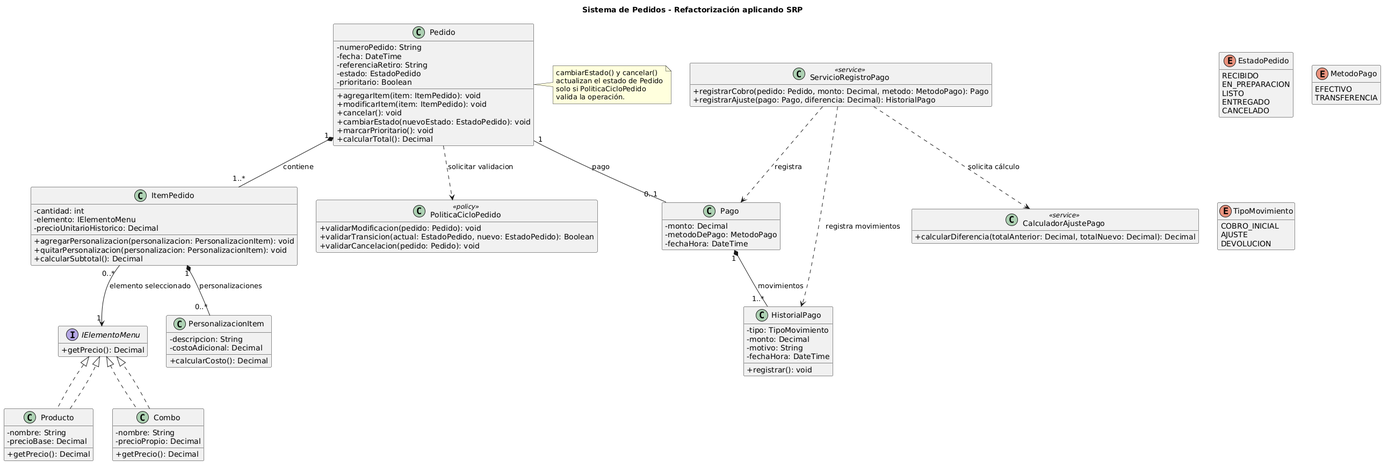
Before: diagramas/01-diagrama-clases/01-solid-01-srp.png, a diagram exported from PlantUML (eloeyhe/SistemaPedidos).
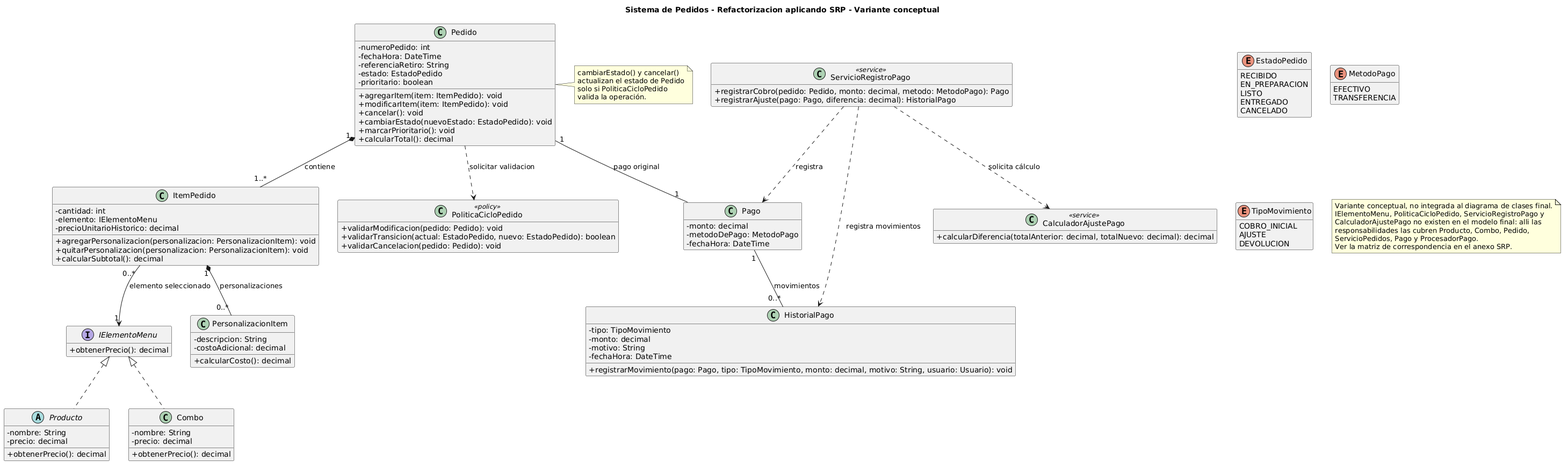
Later version of the same file.

Change to the diagram source:
```diff
@@ -1,81 +1,81 @@
 @startuml
-title Sistema de Pedidos - Refactorización aplicando SRP
+title Sistema de Pedidos - Refactorizacion aplicando SRP - Variante conceptual
 
 skinparam classAttributeIconSize 0
 hide empty members
 
 class Pedido {
-  - numeroPedido: String
-  - fecha: DateTime
+  - numeroPedido: int
+  - fechaHora: DateTime
   - referenciaRetiro: String
   - estado: EstadoPedido
-  - prioritario: Boolean
+  - prioritario: boolean
   + agregarItem(item: ItemPedido): void
   + modificarItem(item: ItemPedido): void
   + cancelar(): void
   + cambiarEstado(nuevoEstado: EstadoPedido): void
   + marcarPrioritario(): void
-  + calcularTotal(): Decimal
+  + calcularTotal(): decimal
 }
 
 class ItemPedido {
   - cantidad: int
   - elemento: IElementoMenu
-  - precioUnitarioHistorico: Decimal
+  - precioUnitarioHistorico: decimal
   + agregarPersonalizacion(personalizacion: PersonalizacionItem): void
   + quitarPersonalizacion(personalizacion: PersonalizacionItem): void
-  + calcularSubtotal(): Decimal
+  + calcularSubtotal(): decimal
 }
 
 interface IElementoMenu {
-  + getPrecio(): Decimal
+  + obtenerPrecio(): decimal
 }
 
-class Producto implements IElementoMenu {
+abstract class Producto implements IElementoMenu {
   - nombre: String
-  - precioBase: Decimal
-  + getPrecio(): Decimal
+  - precio: decimal
+  + obtenerPrecio(): decimal
 }
 
 class Combo implements IElementoMenu {
   - nombre: String
-  - precioPropio: Decimal
-  + getPrecio(): Decimal
+  - precio: decimal
+  + obtenerPrecio(): decimal
 }
 
 class PersonalizacionItem {
   - descripcion: String
-  - costoAdicional: Decimal
-  + calcularCosto(): Decimal
+  - costoAdicional: decimal
+  + calcularCosto(): decimal
 }
 
 class Pago {
-  - monto: Decimal
+  - monto: decimal
   - metodoDePago: MetodoPago
   - fechaHora: DateTime
 }
 
 class HistorialPago {
   - tipo: TipoMovimiento
-  - monto: Decimal
+  - monto: decimal
   - motivo: String
   - fechaHora: DateTime
-  + registrar(): void
+  + registrarMovimiento(pago: Pago, tipo: TipoMovimiento, monto: decimal, motivo: String, usuario: Usuario): void
 }
 
 class PoliticaCicloPedido <<policy>> {
   + validarModificacion(pedido: Pedido): void
-  + validarTransicion(actual: EstadoPedido, nuevo: EstadoPedido): Boolean
+  + validarTransicion(actual: EstadoPedido, nuevo: EstadoPedido): boolean
   + validarCancelacion(pedido: Pedido): void
 }
 
 class ServicioRegistroPago <<service>> {
-  + registrarCobro(pedido: Pedido, monto: Decimal, metodo: MetodoPago): Pago
-  + registrarAjuste(pago: Pago, diferencia: Decimal): HistorialPago
+  + registrarCobro(pedido: Pedido, monto: decimal, metodo: MetodoPago): Pago
+  + registrarAjuste(pago: Pago, diferencia: decimal): HistorialPago
 }
 
 class CalculadorAjustePago <<service>> {
-  + calcularDiferencia(totalAnterior: Decimal, totalNuevo: Decimal): Decimal
+  + calcularDiferencia(totalAnterior: decimal, totalNuevo: decimal): decimal
 }
 
 enum EstadoPedido {
@@ -99,11 +99,9 @@
 
 Pedido "1" *-- "1..*" ItemPedido : contiene
 ItemPedido "0..*" --> "1" IElementoMenu : elemento seleccionado
-Producto ..|> IElementoMenu
-Combo ..|> IElementoMenu
 ItemPedido "1" *-- "0..*" PersonalizacionItem : personalizaciones
-Pedido "1" -- "0..1" Pago : pago
-Pago "1" *-- "1..*" HistorialPago : movimientos
+Pedido "1" -- "1" Pago : pago original
+Pago "1" -- "0..*" HistorialPago : movimientos
 
 Pedido ..> PoliticaCicloPedido : solicitar validacion
 
@@ -117,4 +115,17 @@
 ServicioRegistroPago ..> Pago : registra
 ServicioRegistroPago ..> HistorialPago : registra movimientos
 ServicioRegistroPago ..> CalculadorAjustePago : solicita cálculo
+
+
+
+
+
+note as Alcance
+  Variante conceptual, no integrada al diagrama de clases final.
+  IElementoMenu, PoliticaCicloPedido, ServicioRegistroPago y
+  CalculadorAjustePago no existen en el modelo final: alli las
+  responsabilidades las cubren Producto, Combo, Pedido,
+  ServicioPedidos, Pago y ProcesadorPago.
+  Ver la matriz de correspondencia en el anexo SRP.
+end note
 @enduml
```
